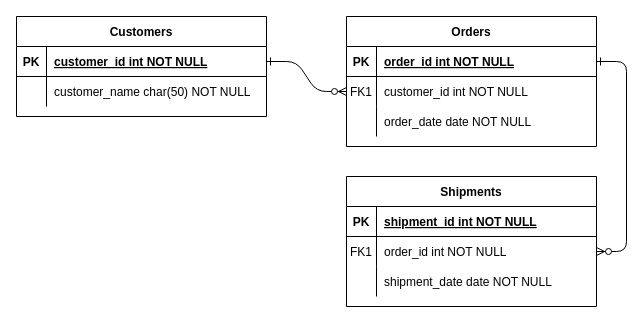
Before: Diagrama sin título.drawio in JoselinaOrellano/trebol-tpe, a draw.io diagram. Source tidied: cells renumbered, new cells numbered last; positions are measured from the earlier drawing's top-left corner, leaving out a move shared by most shapes. Both pictures are drawn from the tidied source at 100%, with x=0, y=0 at pixel (16, 16).
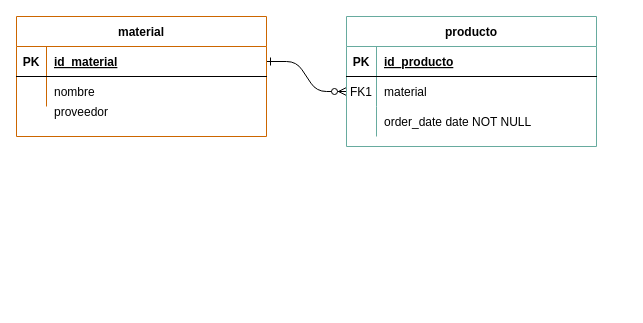
After the change.

Unchanged cells that the change refers to:
```xml
<mxCell id="5" style="shape=partialRectangle;fillColor=none;points=[[0,0.5],[1,0.5]];portConstraint=eastwest;top=0;left=0;right=0;bottom=1;" parent="4" vertex="1">
  <mxGeometry y="30" width="250" height="30" as="geometry" />
</mxCell>
<mxCell id="8" style="shape=partialRectangle;fillColor=none;points=[[0,0.5],[1,0.5]];portConstraint=eastwest;top=0;left=0;right=0;bottom=0;" parent="4" vertex="1">
  <mxGeometry y="60" width="250" height="30" as="geometry" />
</mxCell>
<mxCell id="25" style="shape=partialRectangle;fillColor=none;points=[[0,0.5],[1,0.5]];portConstraint=eastwest;top=0;left=0;right=0;bottom=1;" parent="24" vertex="1">
  <mxGeometry y="30" width="250" height="30" as="geometry" />
</mxCell>
<mxCell id="28" style="shape=partialRectangle;fillColor=none;top=0;left=0;right=0;bottom=0;" parent="24" vertex="1">
  <mxGeometry y="60" width="250" height="30" as="geometry" />
</mxCell>
```

What changed in the source:
```diff
@@
-    <mxCell id="3" style="edgeStyle=entityRelationEdgeStyle;endArrow=ERzeroToMany;startArrow=ERone;endFill=1;startFill=0;" parent="1" edge="1" source="5" target="18">
-      <mxGeometry relative="1" as="geometry" />
-    </mxCell>
-    <mxCell id="4" value="Orders" style="shape=table;startSize=30;childLayout=tableLayout;rowLines=0;fontStyle=1;align=center;" parent="1" vertex="1">
+    <mxCell id="4" value="producto" style="shape=table;startSize=30;childLayout=tableLayout;rowLines=0;fontStyle=1;align=center;strokeColor=#67AB9F;" parent="1" vertex="1">
       <mxGeometry x="330" width="250" height="130" as="geometry" />
     </mxCell>
@@
-    <mxCell id="7" value="order_id int NOT NULL " style="shape=partialRectangle;overflow=hidden;fillColor=none;top=0;left=0;bottom=0;right=0;align=left;spacingLeft=6;fontStyle=5;" parent="5" vertex="1">
+    <mxCell id="7" value="id_producto" style="shape=partialRectangle;overflow=hidden;fillColor=none;top=0;left=0;bottom=0;right=0;align=left;spacingLeft=6;fontStyle=5;" parent="5" vertex="1">
       <mxGeometry x="30" width="220" height="30" as="geometry" />
     </mxCell>
@@
-    <mxCell id="10" value="customer_id int NOT NULL" style="shape=partialRectangle;overflow=hidden;fillColor=none;top=0;left=0;bottom=0;right=0;align=left;spacingLeft=6;" parent="8" vertex="1">
+    <mxCell id="10" value="material" style="shape=partialRectangle;overflow=hidden;fillColor=none;top=0;left=0;bottom=0;right=0;align=left;spacingLeft=6;" parent="8" vertex="1">
       <mxGeometry x="30" width="220" height="30" as="geometry" />
     </mxCell>
@@
-    <mxCell id="14" value="Shipments" style="shape=table;startSize=30;childLayout=tableLayout;rowLines=0;fontStyle=1;align=center;" parent="1" vertex="1">
-      <mxGeometry x="330" y="160" width="250" height="130" as="geometry" />
-    </mxCell>
-    <mxCell id="15" style="shape=partialRectangle;fillColor=none;top=0;left=0;right=0;bottom=1;" parent="14" vertex="1">
-      <mxGeometry y="30" width="250" height="30" as="geometry" />
-    </mxCell>
-    <mxCell id="16" value="PK" style="shape=partialRectangle;overflow=hidden;fillColor=none;top=0;left=0;bottom=0;right=0;fontStyle=1;" parent="15" vertex="1">
-      <mxGeometry width="30" height="30" as="geometry" />
-    </mxCell>
-    <mxCell id="17" value="shipment_id int NOT NULL " style="shape=partialRectangle;overflow=hidden;fillColor=none;top=0;left=0;bottom=0;right=0;align=left;spacingLeft=6;fontStyle=5;" parent="15" vertex="1">
-      <mxGeometry x="30" width="220" height="30" as="geometry" />
-    </mxCell>
-    <mxCell id="18" style="shape=partialRectangle;fillColor=none;points=[[0,0.5],[1,0.5]];portConstraint=eastwest;top=0;left=0;right=0;bottom=0;" parent="14" vertex="1">
-      <mxGeometry y="60" width="250" height="30" as="geometry" />
-    </mxCell>
-    <mxCell id="19" value="FK1" style="shape=partialRectangle;overflow=hidden;fillColor=none;top=0;left=0;bottom=0;right=0;" parent="18" vertex="1">
-      <mxGeometry width="30" height="30" as="geometry" />
-    </mxCell>
-    <mxCell id="20" value="order_id int NOT NULL" style="shape=partialRectangle;overflow=hidden;fillColor=none;top=0;left=0;bottom=0;right=0;align=left;spacingLeft=6;" parent="18" vertex="1">
-      <mxGeometry x="30" width="220" height="30" as="geometry" />
-    </mxCell>
-    <mxCell id="21" style="shape=partialRectangle;fillColor=none;top=0;left=0;right=0;bottom=0;" parent="14" vertex="1">
-      <mxGeometry y="90" width="250" height="30" as="geometry" />
-    </mxCell>
-    <mxCell id="22" style="shape=partialRectangle;overflow=hidden;fillColor=none;top=0;left=0;bottom=0;right=0;" parent="21" vertex="1">
-      <mxGeometry width="30" height="30" as="geometry" />
-    </mxCell>
-    <mxCell id="23" value="shipment_date date NOT NULL" style="shape=partialRectangle;overflow=hidden;fillColor=none;top=0;left=0;bottom=0;right=0;align=left;spacingLeft=6;" parent="21" vertex="1">
-      <mxGeometry x="30" width="220" height="30" as="geometry" />
-    </mxCell>
-    <mxCell id="24" value="Customers" style="shape=table;startSize=30;childLayout=tableLayout;rowLines=0;fontStyle=1;align=center;" parent="1" vertex="1">
-      <mxGeometry width="250" height="100" as="geometry" />
+    <mxCell id="24" value="material" style="shape=table;startSize=30;childLayout=tableLayout;rowLines=0;fontStyle=1;align=center;strokeColor=#CC6600;" parent="1" vertex="1">
+      <mxGeometry width="250" height="120" as="geometry" />
     </mxCell>
@@
-    <mxCell id="27" value="customer_id int NOT NULL " style="shape=partialRectangle;overflow=hidden;fillColor=none;top=0;left=0;bottom=0;right=0;align=left;spacingLeft=6;fontStyle=5;" parent="25" vertex="1">
+    <mxCell id="27" value="id_material" style="shape=partialRectangle;overflow=hidden;fillColor=none;top=0;left=0;bottom=0;right=0;align=left;spacingLeft=6;fontStyle=5;" parent="25" vertex="1">
       <mxGeometry x="30" width="220" height="30" as="geometry" />
     </mxCell>
@@
-    <mxCell id="30" value="customer_name char(50) NOT NULL" style="shape=partialRectangle;overflow=hidden;fillColor=none;top=0;left=0;bottom=0;right=0;align=left;spacingLeft=6;" parent="28" vertex="1">
+    <mxCell id="30" value="nombre" style="shape=partialRectangle;overflow=hidden;fillColor=none;top=0;left=0;bottom=0;right=0;align=left;spacingLeft=6;" parent="28" vertex="1">
       <mxGeometry x="30" width="220" height="30" as="geometry" />
     </mxCell>
+    <mxCell id="31" style="shape=partialRectangle;fillColor=none;top=0;left=0;right=0;bottom=0;" parent="1" vertex="1">
+      <mxGeometry y="80" width="250" height="30" as="geometry" />
+    </mxCell>
+    <mxCell id="22" style="shape=partialRectangle;overflow=hidden;fillColor=none;top=0;left=0;bottom=0;right=0;" parent="31" vertex="1">
+      <mxGeometry width="30" height="30" as="geometry" />
+    </mxCell>
+    <mxCell id="32" value="proveedor" style="shape=partialRectangle;overflow=hidden;fillColor=none;top=0;left=0;bottom=0;right=0;align=left;spacingLeft=6;" parent="31" vertex="1">
+      <mxGeometry x="30" width="220" height="30" as="geometry" />
+    </mxCell>
```
